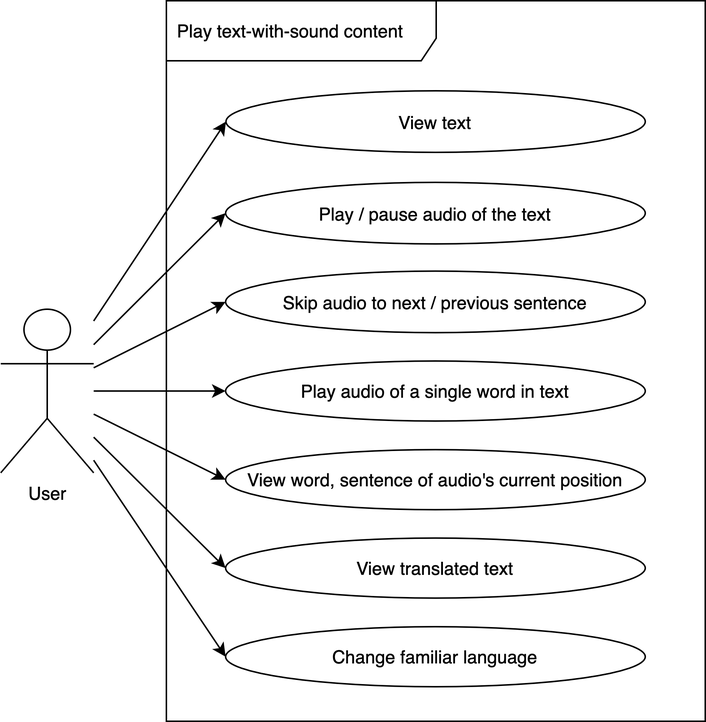
Before: diagram-Usecase: Play text-with-sound content.png, a diagram exported from draw.io (linhabc/Learning_viet). Source tidied: cells renumbered, new cells last; positions are measured from the earlier drawing's top-left corner, leaving out a move shared by most shapes. The source it was exported from:
```xml
<mxGraphModel>
  <root>
    <mxCell id="0" />
    <mxCell id="1" parent="0" />
    <mxCell id="2" value="Play text-with-sound content" style="shape=umlFrame;whiteSpace=wrap;html=1;width=180;height=40;boundedLbl=1;verticalAlign=middle;align=left;spacingLeft=5;" parent="1" vertex="1">
      <mxGeometry x="110.5" width="359.5" height="480" as="geometry" />
    </mxCell>
    <mxCell id="3" style="edgeStyle=none;rounded=0;sketch=0;jettySize=auto;html=1;entryX=0;entryY=0.5;entryDx=0;entryDy=0;shadow=0;endArrow=classic;endFill=1;" parent="1" edge="1" source="5" target="6">
      <mxGeometry relative="1" as="geometry" />
    </mxCell>
    <mxCell id="4" style="edgeStyle=none;rounded=0;sketch=0;jettySize=auto;html=1;entryX=0;entryY=0.5;entryDx=0;entryDy=0;shadow=0;endArrow=classic;endFill=1;" parent="1" edge="1" source="5" target="7">
      <mxGeometry relative="1" as="geometry" />
    </mxCell>
    <mxCell id="5" value="User" style="shape=umlActor;verticalLabelPosition=bottom;verticalAlign=top;html=1;" parent="1" vertex="1">
      <mxGeometry y="205.5" width="62" height="109" as="geometry" />
    </mxCell>
    <mxCell id="6" value="Play audio of a single word in text" style="ellipse;whiteSpace=wrap;html=1;" parent="1" vertex="1">
      <mxGeometry x="150" y="240" width="280" height="40" as="geometry" />
    </mxCell>
    <mxCell id="7" value="View text" style="ellipse;whiteSpace=wrap;html=1;" parent="1" vertex="1">
      <mxGeometry x="150.2" y="60" width="279.8" height="41" as="geometry" />
    </mxCell>
    <mxCell id="8" style="edgeStyle=none;rounded=0;sketch=0;jettySize=auto;html=1;entryX=0;entryY=0.5;entryDx=0;entryDy=0;shadow=0;endArrow=classic;endFill=1;" parent="1" edge="1" source="5" target="9">
      <mxGeometry relative="1" as="geometry" />
    </mxCell>
    <mxCell id="9" value="Play / pause audio of the text" style="ellipse;whiteSpace=wrap;html=1;" parent="1" vertex="1">
      <mxGeometry x="150" y="121" width="280" height="41" as="geometry" />
    </mxCell>
    <mxCell id="10" style="edgeStyle=none;rounded=0;sketch=0;jettySize=auto;html=1;entryX=0;entryY=0.5;entryDx=0;entryDy=0;shadow=0;endArrow=classic;endFill=1;" parent="1" edge="1" source="5" target="11">
      <mxGeometry relative="1" as="geometry" />
    </mxCell>
    <mxCell id="11" value="Skip audio to next / previous sentence" style="ellipse;whiteSpace=wrap;html=1;" parent="1" vertex="1">
      <mxGeometry x="150" y="180.1" width="280" height="41" as="geometry" />
    </mxCell>
    <mxCell id="12" style="edgeStyle=none;rounded=0;sketch=0;jettySize=auto;html=1;entryX=0;entryY=0.5;entryDx=0;entryDy=0;shadow=0;endArrow=classic;endFill=1;" parent="1" edge="1" source="5" target="13">
      <mxGeometry relative="1" as="geometry" />
    </mxCell>
    <mxCell id="13" value="View word, sentence of audio's current position" style="ellipse;whiteSpace=wrap;html=1;" parent="1" vertex="1">
      <mxGeometry x="150" y="299.1" width="280" height="40" as="geometry" />
    </mxCell>
    <mxCell id="14" style="edgeStyle=none;rounded=0;sketch=0;jettySize=auto;html=1;entryX=0;entryY=0.5;entryDx=0;entryDy=0;shadow=0;endArrow=classic;endFill=1;" parent="1" edge="1" source="5" target="15">
      <mxGeometry relative="1" as="geometry" />
    </mxCell>
    <mxCell id="15" value="View translated text" style="ellipse;whiteSpace=wrap;html=1;" parent="1" vertex="1">
      <mxGeometry x="150" y="357.9" width="280" height="40" as="geometry" />
    </mxCell>
    <mxCell id="16" style="edgeStyle=none;rounded=0;sketch=0;jettySize=auto;html=1;entryX=0;entryY=0.5;entryDx=0;entryDy=0;shadow=0;endArrow=classic;endFill=1;" parent="1" edge="1" source="5" target="17">
      <mxGeometry relative="1" as="geometry" />
    </mxCell>
    <mxCell id="17" value="Change familiar language" style="ellipse;whiteSpace=wrap;html=1;" parent="1" vertex="1">
      <mxGeometry x="150" y="417" width="280" height="40" as="geometry" />
    </mxCell>
  </root>
</mxGraphModel>
```
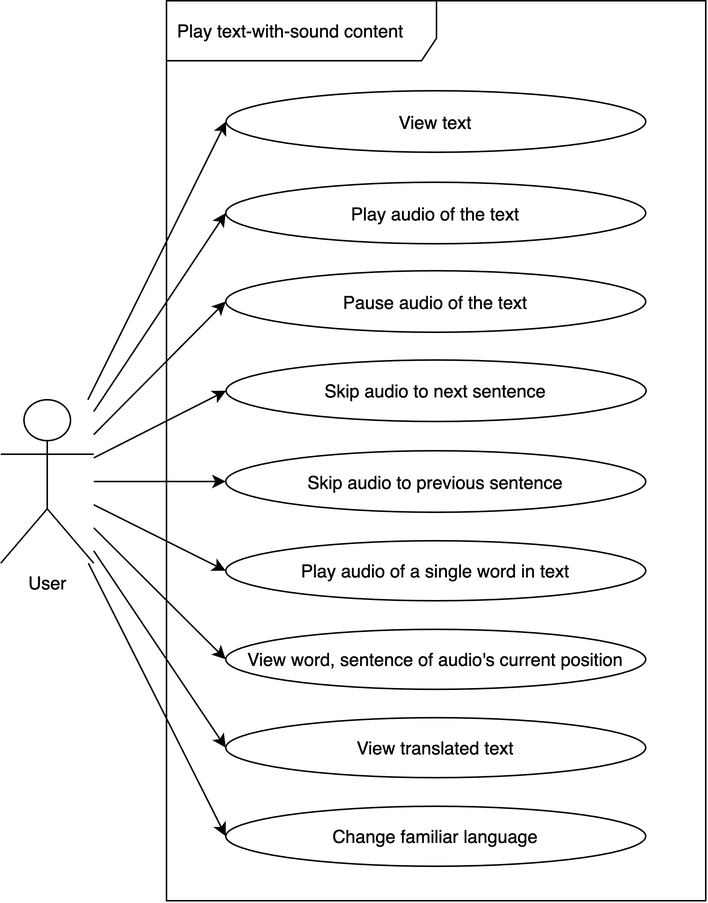
The same diagram one commit later.

The edit, as a diff of the source:
```diff
@@ -3,7 +3,7 @@
     <mxCell id="0" />
     <mxCell id="1" parent="0" />
     <mxCell id="2" value="Play text-with-sound content" style="shape=umlFrame;whiteSpace=wrap;html=1;width=180;height=40;boundedLbl=1;verticalAlign=middle;align=left;spacingLeft=5;" parent="1" vertex="1">
-      <mxGeometry x="110.5" width="359.5" height="480" as="geometry" />
+      <mxGeometry x="110.5" width="359.5" height="600" as="geometry" />
     </mxCell>
     <mxCell id="3" style="edgeStyle=none;rounded=0;sketch=0;jettySize=auto;html=1;entryX=0;entryY=0.5;entryDx=0;entryDy=0;shadow=0;endArrow=classic;endFill=1;" parent="1" edge="1" source="5" target="6">
       <mxGeometry relative="1" as="geometry" />
@@ -12,10 +12,10 @@
       <mxGeometry relative="1" as="geometry" />
     </mxCell>
     <mxCell id="5" value="User" style="shape=umlActor;verticalLabelPosition=bottom;verticalAlign=top;html=1;" parent="1" vertex="1">
-      <mxGeometry y="205.5" width="62" height="109" as="geometry" />
+      <mxGeometry y="266" width="62" height="109" as="geometry" />
     </mxCell>
     <mxCell id="6" value="Play audio of a single word in text" style="ellipse;whiteSpace=wrap;html=1;" parent="1" vertex="1">
-      <mxGeometry x="150" y="240" width="280" height="40" as="geometry" />
+      <mxGeometry x="150" y="360" width="280" height="40" as="geometry" />
     </mxCell>
     <mxCell id="7" value="View text" style="ellipse;whiteSpace=wrap;html=1;" parent="1" vertex="1">
       <mxGeometry x="150.2" y="60" width="279.8" height="41" as="geometry" />
@@ -23,32 +23,44 @@
     <mxCell id="8" style="edgeStyle=none;rounded=0;sketch=0;jettySize=auto;html=1;entryX=0;entryY=0.5;entryDx=0;entryDy=0;shadow=0;endArrow=classic;endFill=1;" parent="1" edge="1" source="5" target="9">
       <mxGeometry relative="1" as="geometry" />
     </mxCell>
-    <mxCell id="9" value="Play / pause audio of the text" style="ellipse;whiteSpace=wrap;html=1;" parent="1" vertex="1">
+    <mxCell id="9" value="Play audio of the text" style="ellipse;whiteSpace=wrap;html=1;" parent="1" vertex="1">
       <mxGeometry x="150" y="121" width="280" height="41" as="geometry" />
     </mxCell>
     <mxCell id="10" style="edgeStyle=none;rounded=0;sketch=0;jettySize=auto;html=1;entryX=0;entryY=0.5;entryDx=0;entryDy=0;shadow=0;endArrow=classic;endFill=1;" parent="1" edge="1" source="5" target="11">
       <mxGeometry relative="1" as="geometry" />
     </mxCell>
-    <mxCell id="11" value="Skip audio to next / previous sentence" style="ellipse;whiteSpace=wrap;html=1;" parent="1" vertex="1">
-      <mxGeometry x="150" y="180.1" width="280" height="41" as="geometry" />
+    <mxCell id="11" value="Skip audio to previous sentence" style="ellipse;whiteSpace=wrap;html=1;" parent="1" vertex="1">
+      <mxGeometry x="150" y="300" width="280" height="41" as="geometry" />
     </mxCell>
     <mxCell id="12" style="edgeStyle=none;rounded=0;sketch=0;jettySize=auto;html=1;entryX=0;entryY=0.5;entryDx=0;entryDy=0;shadow=0;endArrow=classic;endFill=1;" parent="1" edge="1" source="5" target="13">
       <mxGeometry relative="1" as="geometry" />
     </mxCell>
     <mxCell id="13" value="View word, sentence of audio's current position" style="ellipse;whiteSpace=wrap;html=1;" parent="1" vertex="1">
-      <mxGeometry x="150" y="299.1" width="280" height="40" as="geometry" />
+      <mxGeometry x="150" y="419.1" width="280" height="40" as="geometry" />
     </mxCell>
     <mxCell id="14" style="edgeStyle=none;rounded=0;sketch=0;jettySize=auto;html=1;entryX=0;entryY=0.5;entryDx=0;entryDy=0;shadow=0;endArrow=classic;endFill=1;" parent="1" edge="1" source="5" target="15">
       <mxGeometry relative="1" as="geometry" />
     </mxCell>
     <mxCell id="15" value="View translated text" style="ellipse;whiteSpace=wrap;html=1;" parent="1" vertex="1">
-      <mxGeometry x="150" y="357.9" width="280" height="40" as="geometry" />
+      <mxGeometry x="150" y="478" width="280" height="40" as="geometry" />
     </mxCell>
     <mxCell id="16" style="edgeStyle=none;rounded=0;sketch=0;jettySize=auto;html=1;entryX=0;entryY=0.5;entryDx=0;entryDy=0;shadow=0;endArrow=classic;endFill=1;" parent="1" edge="1" source="5" target="17">
       <mxGeometry relative="1" as="geometry" />
     </mxCell>
     <mxCell id="17" value="Change familiar language" style="ellipse;whiteSpace=wrap;html=1;" parent="1" vertex="1">
-      <mxGeometry x="150" y="417" width="280" height="40" as="geometry" />
+      <mxGeometry x="150" y="537" width="280" height="40" as="geometry" />
     </mxCell>
+    <mxCell id="18" style="edgeStyle=none;rounded=0;sketch=0;jettySize=auto;html=1;entryX=0;entryY=0.5;entryDx=0;entryDy=0;shadow=0;endArrow=classic;endFill=1;" parent="1" edge="1" source="5" target="19">
+      <mxGeometry relative="1" as="geometry" />
+    </mxCell>
+    <mxCell id="19" value="Pause audio of the text" style="ellipse;whiteSpace=wrap;html=1;" parent="1" vertex="1">
+      <mxGeometry x="150" y="180" width="280" height="41" as="geometry" />
+    </mxCell>
+    <mxCell id="20" style="edgeStyle=none;rounded=0;sketch=0;jettySize=auto;html=1;entryX=0;entryY=0.5;entryDx=0;entryDy=0;shadow=0;endArrow=classic;endFill=1;" parent="1" edge="1" source="5" target="21">
+      <mxGeometry relative="1" as="geometry" />
+    </mxCell>
+    <mxCell id="21" value="Skip audio to next sentence" style="ellipse;whiteSpace=wrap;html=1;" parent="1" vertex="1">
+      <mxGeometry x="150.2" y="239.5" width="280" height="41" as="geometry" />
+    </mxCell>
   </root>
 </mxGraphModel>
```
